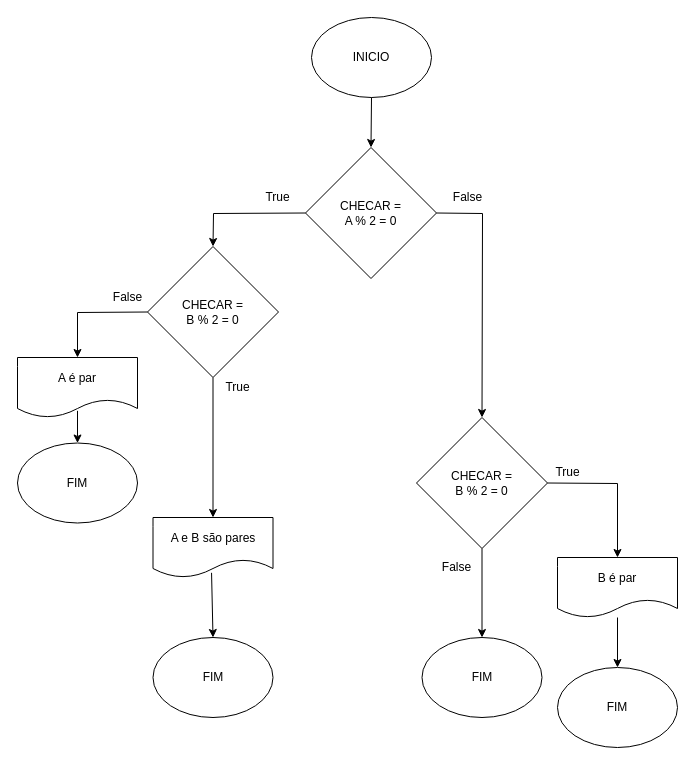
This is aula05_fluxogramEx5.drawio from Leoplugged/IntroducaoProgramacao, a draw.io file, before an edit. Source tidied: cells renumbered, new cells numbered last; positions are measured from the earlier drawing's top-left corner, leaving out a move shared by most shapes. Both pictures are drawn from the tidied source at 100%, with x=0, y=0 at pixel (17, 17).
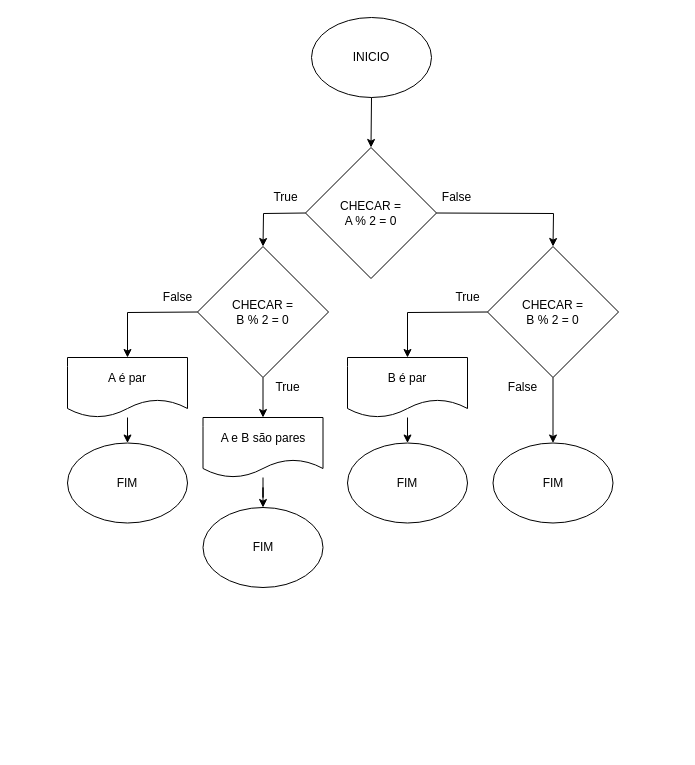
Above is the later version.

Commit message:
Atualizar o fluxograma da aula05_fluxogramEx5.drawio

The change refers to these unchanged cells:
```xml
<mxCell id="5" value="CHECAR = &lt;br&gt;A % 2 = 0" style="rhombus;whiteSpace=wrap;html=1;" parent="1" vertex="1">
  <mxGeometry x="288" y="130" width="131" height="131" as="geometry" />
</mxCell>
```

Diff of the diagram source:
```diff
@@
     <mxCell id="4" value="FIM" style="ellipse;whiteSpace=wrap;html=1;" parent="1" vertex="1">
-      <mxGeometry x="135.5" y="620" width="120" height="80" as="geometry" />
+      <mxGeometry x="185.5" y="490" width="120" height="80" as="geometry" />
     </mxCell>
@@
     <mxCell id="6" style="endArrow=classic;html=1;rounded=0;exitX=0;exitY=0.5;exitDx=0;exitDy=0;entryX=0.5;entryY=0;entryDx=0;entryDy=0;" parent="1" edge="1" source="5" target="14">
       <mxGeometry relative="1" as="geometry">
         <Array as="points">
-          <mxPoint x="196" y="196" />
+          <mxPoint x="246" y="196" />
         </Array>
       </mxGeometry>
     </mxCell>
     <mxCell id="7" value="True" style="text;html=1;align=center;verticalAlign=middle;strokeColor=none;fillColor=none;" parent="1" vertex="1">
-      <mxGeometry x="240" y="170" width="40" height="20" as="geometry" />
+      <mxGeometry x="248" y="170" width="40" height="20" as="geometry" />
     </mxCell>
     <mxCell id="8" value="False" style="text;html=1;align=center;verticalAlign=middle;strokeColor=none;fillColor=none;" parent="1" vertex="1">
-      <mxGeometry x="430" y="170" width="40" height="20" as="geometry" />
+      <mxGeometry x="419" y="170" width="40" height="20" as="geometry" />
     </mxCell>
     <mxCell id="9" value="CHECAR = &lt;br&gt;B % 2 = 0" style="rhombus;whiteSpace=wrap;html=1;" parent="1" vertex="1">
-      <mxGeometry x="399" y="400" width="131" height="131" as="geometry" />
+      <mxGeometry x="470" y="229" width="131" height="131" as="geometry" />
     </mxCell>
     <mxCell id="10" style="endArrow=classic;html=1;rounded=0;entryX=0.5;entryY=0;entryDx=0;entryDy=0;exitX=1;exitY=0.5;exitDx=0;exitDy=0;" parent="1" edge="1" source="5" target="9">
       <mxGeometry relative="1" as="geometry">
         <Array as="points">
-          <mxPoint x="465" y="196" />
+          <mxPoint x="536" y="196" />
         </Array>
       </mxGeometry>
     </mxCell>
     <mxCell id="11" value="True" style="text;html=1;align=center;verticalAlign=middle;strokeColor=none;fillColor=none;" parent="1" vertex="1">
-      <mxGeometry x="200" y="360" width="40" height="20" as="geometry" />
+      <mxGeometry x="250" y="360" width="40" height="20" as="geometry" />
     </mxCell>
     <mxCell id="12" value="False" style="text;html=1;align=center;verticalAlign=middle;strokeColor=none;fillColor=none;" parent="1" vertex="1">
-      <mxGeometry x="419" y="540" width="40" height="20" as="geometry" />
+      <mxGeometry x="485" y="360" width="40" height="20" as="geometry" />
     </mxCell>
@@
     <mxCell id="14" value="CHECAR = &lt;br&gt;B % 2 = 0" style="rhombus;whiteSpace=wrap;html=1;" parent="1" vertex="1">
-      <mxGeometry x="130" y="229" width="131" height="131" as="geometry" />
+      <mxGeometry x="180" y="229" width="131" height="131" as="geometry" />
     </mxCell>
     <mxCell id="15" value="True" style="text;html=1;align=center;verticalAlign=middle;strokeColor=none;fillColor=none;" parent="1" vertex="1">
-      <mxGeometry x="530" y="445" width="40" height="20" as="geometry" />
+      <mxGeometry x="430" y="270" width="40" height="20" as="geometry" />
     </mxCell>
     <mxCell id="16" style="endArrow=classic;html=1;rounded=0;exitX=0;exitY=0.5;exitDx=0;exitDy=0;entryX=0.5;entryY=0;entryDx=0;entryDy=0;" parent="1" edge="1" source="14" target="18">
       <mxGeometry relative="1" as="geometry">
         <Array as="points">
-          <mxPoint x="60" y="295" />
+          <mxPoint x="110" y="295" />
         </Array>
       </mxGeometry>
     </mxCell>
     <mxCell id="17" value="False" style="text;html=1;align=center;verticalAlign=middle;strokeColor=none;fillColor=none;" parent="1" vertex="1">
-      <mxGeometry x="90" y="270" width="40" height="20" as="geometry" />
+      <mxGeometry x="140" y="270" width="40" height="20" as="geometry" />
     </mxCell>
+    <mxCell id="21" style="edgeStyle=orthogonalEdgeStyle;rounded=0;jettySize=auto;html=1;" parent="1" edge="1" source="18" target="20">
+      <mxGeometry relative="1" as="geometry" />
+    </mxCell>
     <mxCell id="18" value="&lt;span&gt;A é par&lt;/span&gt;" style="shape=document;whiteSpace=wrap;html=1;boundedLbl=1;" parent="1" vertex="1">
-      <mxGeometry y="340" width="120" height="60" as="geometry" />
+      <mxGeometry x="50" y="340" width="120" height="60" as="geometry" />
     </mxCell>
+    <mxCell id="22" style="edgeStyle=orthogonalEdgeStyle;rounded=0;jettySize=auto;html=1;" parent="1" edge="1" source="19" target="4">
+      <mxGeometry relative="1" as="geometry" />
+    </mxCell>
     <mxCell id="19" value="&lt;span&gt;A e B são pares&lt;/span&gt;" style="shape=document;whiteSpace=wrap;html=1;boundedLbl=1;" parent="1" vertex="1">
-      <mxGeometry x="135.5" y="500" width="120" height="60" as="geometry" />
+      <mxGeometry x="185.5" y="400" width="120" height="60" as="geometry" />
     </mxCell>
     <mxCell id="20" value="FIM" style="ellipse;whiteSpace=wrap;html=1;" parent="1" vertex="1">
-      <mxGeometry y="425.5" width="120" height="80" as="geometry" />
+      <mxGeometry x="50" y="425.5" width="120" height="80" as="geometry" />
     </mxCell>
-    <mxCell id="21" style="endArrow=classic;html=1;rounded=0;exitX=0.5;exitY=0.889;exitDx=0;exitDy=0;exitPerimeter=0;" parent="1" edge="1" source="18" target="20">
-      <mxGeometry relative="1" as="geometry" />
-    </mxCell>
-    <mxCell id="22" style="endArrow=classic;html=1;rounded=0;exitX=0.488;exitY=0.922;exitDx=0;exitDy=0;exitPerimeter=0;entryX=0.5;entryY=0;entryDx=0;entryDy=0;" parent="1" edge="1" source="19" target="4">
-      <mxGeometry relative="1" as="geometry" />
-    </mxCell>
     <mxCell id="23" value="&lt;span&gt;B é par&lt;/span&gt;" style="shape=document;whiteSpace=wrap;html=1;boundedLbl=1;" parent="1" vertex="1">
-      <mxGeometry x="540" y="540" width="120" height="60" as="geometry" />
+      <mxGeometry x="330" y="340" width="120" height="60" as="geometry" />
     </mxCell>
-    <mxCell id="24" style="endArrow=classic;html=1;rounded=0;exitX=1;exitY=0.5;exitDx=0;exitDy=0;entryX=0.5;entryY=0;entryDx=0;entryDy=0;" parent="1" edge="1" source="9" target="23">
+    <mxCell id="24" style="endArrow=classic;html=1;rounded=0;exitX=0;exitY=0.5;exitDx=0;exitDy=0;entryX=0.5;entryY=0;entryDx=0;entryDy=0;" parent="1" edge="1" source="9" target="23">
       <mxGeometry relative="1" as="geometry">
         <Array as="points">
-          <mxPoint x="600" y="466" />
+          <mxPoint x="390" y="295" />
         </Array>
       </mxGeometry>
     </mxCell>
@@
     <mxCell id="26" value="FIM" style="ellipse;whiteSpace=wrap;html=1;" parent="1" vertex="1">
-      <mxGeometry x="404.5" y="620" width="120" height="80" as="geometry" />
+      <mxGeometry x="475.5" y="425.5" width="120" height="80" as="geometry" />
     </mxCell>
     <mxCell id="27" value="FIM" style="ellipse;whiteSpace=wrap;html=1;" parent="1" vertex="1">
-      <mxGeometry x="540" y="650" width="120" height="80" as="geometry" />
+      <mxGeometry x="330" y="425.5" width="120" height="80" as="geometry" />
     </mxCell>
```
